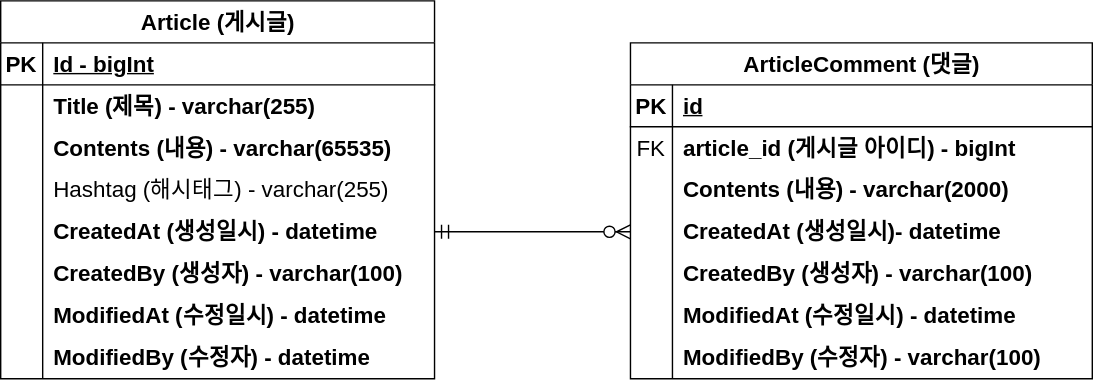
Earlier version of the draw.io export document/project-board-erd.drawio.svg (cdaosldk/fast-campus-project-board). Source tidied: cells renumbered, new cells last; positions are measured from the earlier drawing's top-left corner, leaving out a move shared by most shapes.
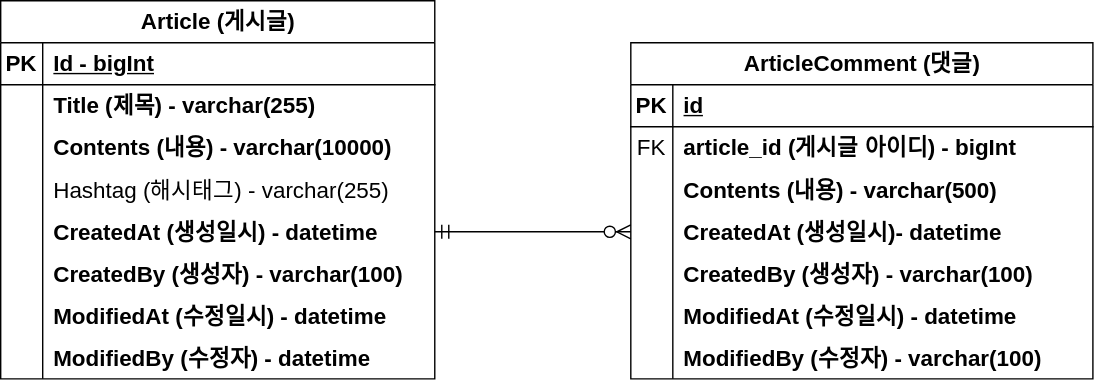
Above is the later version.

Commit message:
#13_erd_업데이트_본문크기조절

The edit, as a diff of the source:
```diff
@@ -29,7 +29,7 @@
     <mxCell id="10" style="shape=partialRectangle;fillColor=none;top=0;left=0;bottom=0;right=0;overflow=hidden;whiteSpace=wrap;html=1;fontSize=16;" parent="9" vertex="1">
       <mxGeometry width="30" height="30" as="geometry" />
     </mxCell>
-    <mxCell id="11" value="Contents (내용) - varchar(65535)" style="shape=partialRectangle;fillColor=none;top=0;left=0;bottom=0;right=0;align=left;spacingLeft=6;overflow=hidden;whiteSpace=wrap;html=1;fontSize=16;fontStyle=1;" parent="9" vertex="1">
+    <mxCell id="11" value="Contents (내용) - varchar(10000)" style="shape=partialRectangle;fillColor=none;top=0;left=0;bottom=0;right=0;align=left;spacingLeft=6;overflow=hidden;whiteSpace=wrap;html=1;fontSize=16;fontStyle=1;" parent="9" vertex="1">
       <mxGeometry x="30" width="280" height="30" as="geometry" />
     </mxCell>
     <mxCell id="12" style="shape=tableRow;horizontal=0;startSize=0;swimlaneHead=0;swimlaneBody=0;fillColor=none;top=0;left=0;right=0;bottom=0;fontSize=16;" parent="2" vertex="1">
@@ -104,7 +104,7 @@
     <mxCell id="35" style="shape=partialRectangle;fillColor=none;top=0;left=0;bottom=0;right=0;overflow=hidden;whiteSpace=wrap;html=1;fontSize=16;" parent="34" vertex="1">
       <mxGeometry width="30" height="30" as="geometry" />
     </mxCell>
-    <mxCell id="36" value="Contents (내용) - varchar(2000)" style="shape=partialRectangle;fillColor=none;top=0;left=0;bottom=0;right=0;align=left;spacingLeft=6;overflow=hidden;whiteSpace=wrap;html=1;fontSize=16;fontStyle=1;" parent="34" vertex="1">
+    <mxCell id="36" value="Contents (내용) - varchar(500)" style="shape=partialRectangle;fillColor=none;top=0;left=0;bottom=0;right=0;align=left;spacingLeft=6;overflow=hidden;whiteSpace=wrap;html=1;fontSize=16;fontStyle=1;" parent="34" vertex="1">
       <mxGeometry x="30" width="300" height="30" as="geometry" />
     </mxCell>
     <mxCell id="37" style="shape=tableRow;horizontal=0;startSize=0;swimlaneHead=0;swimlaneBody=0;fillColor=none;points=[[0,0.5],[1,0.5]];portConstraint=eastwest;top=0;left=0;right=0;bottom=0;fontSize=16;" parent="27" vertex="1">
```
